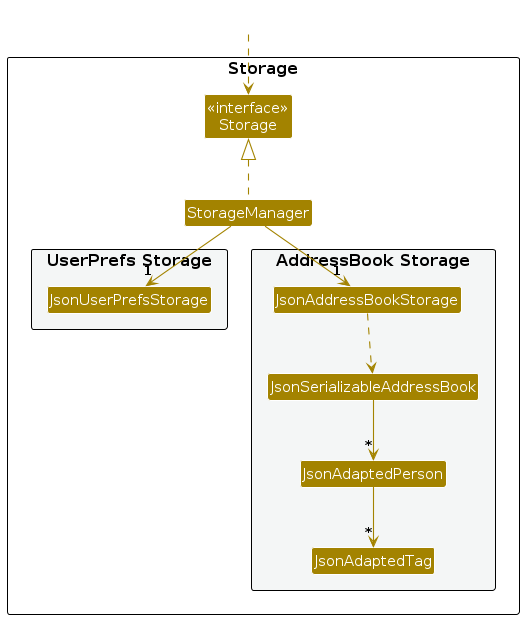
Before: diagrams/StorageClassDiagram.png, a diagram exported from PlantUML (AY2627S1-CS2103-F12-3/tp). Its source is kept beside it as diagrams/StorageClassDiagram.puml.
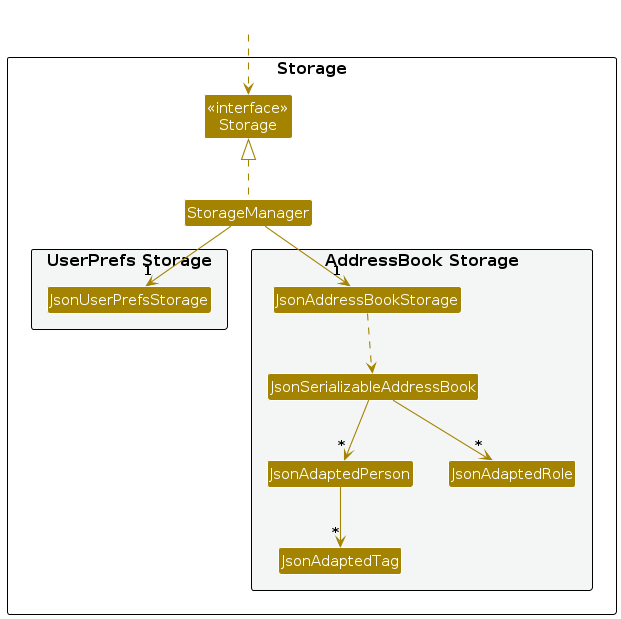
Later version of the same file.

What changed in the source:
```diff
@@ -18,6 +18,7 @@
 Class JsonSerializableAddressBook
 Class JsonAdaptedPerson
 Class JsonAdaptedTag
+Class JsonAdaptedRole
 }
 
 }
@@ -31,6 +32,7 @@
 
 JsonAddressBookStorage ..> JsonSerializableAddressBook
 JsonSerializableAddressBook --> "*" JsonAdaptedPerson
+JsonSerializableAddressBook --> "*" JsonAdaptedRole
 JsonAdaptedPerson --> "*" JsonAdaptedTag
 
 @enduml
```
